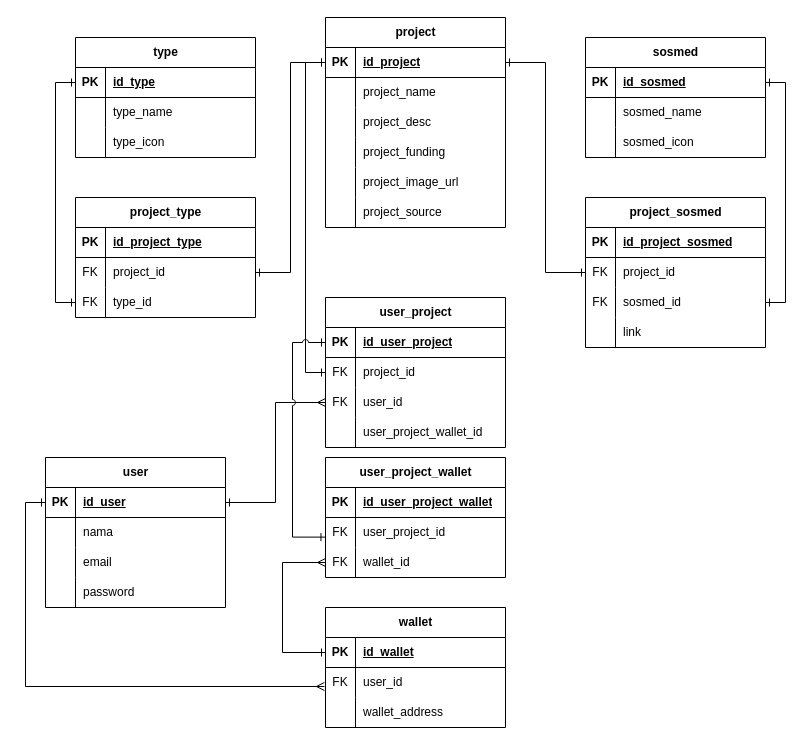
This is WINSNIP AIRDROP.drawio from zerodevid/database_draw_io, a draw.io file, before an edit. Source tidied: cells renumbered, new cells numbered last; positions are measured from the earlier drawing's top-left corner, leaving out a move shared by most shapes. Both pictures are drawn from the tidied source at 100%, with x=0, y=0 at pixel (25, 17).
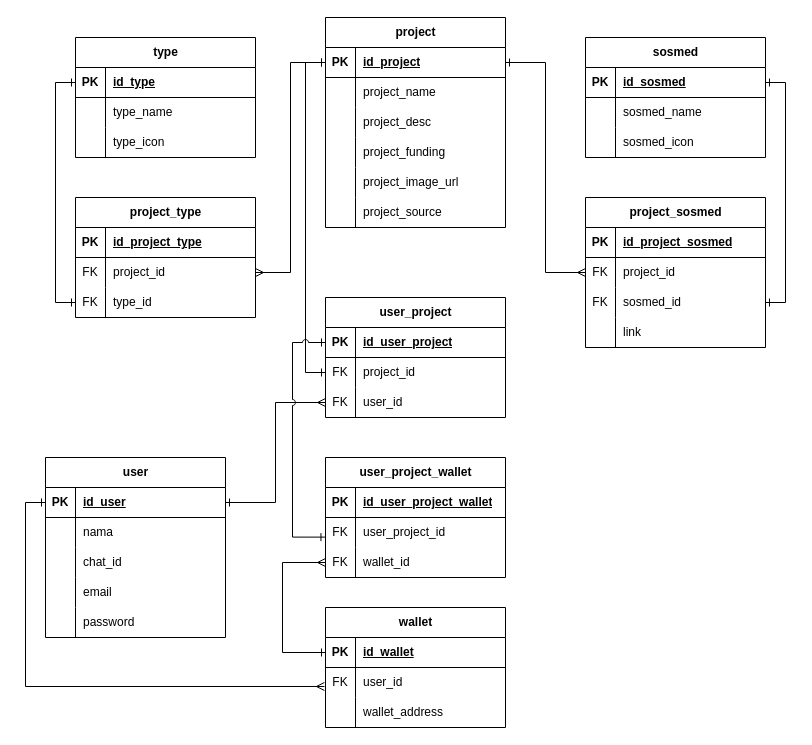
Above is the later version.

The change refers to these unchanged cells:
```xml
<mxCell id="50" style="shape=tableRow;horizontal=0;startSize=0;swimlaneHead=0;swimlaneBody=0;fillColor=none;points=[[0,0.5],[1,0.5]];portConstraint=eastwest;top=0;left=0;right=0;bottom=1;" parent="49" vertex="1">
  <mxGeometry y="30" width="180" height="30" as="geometry" />
</mxCell>
<mxCell id="82" style="shape=tableRow;horizontal=0;startSize=0;swimlaneHead=0;swimlaneBody=0;fillColor=none;points=[[0,0.5],[1,0.5]];portConstraint=eastwest;top=0;left=0;right=0;bottom=0;" parent="78" vertex="1">
  <mxGeometry y="60" width="180" height="30" as="geometry" />
</mxCell>
<mxCell id="95" style="shape=tableRow;horizontal=0;startSize=0;swimlaneHead=0;swimlaneBody=0;fillColor=none;points=[[0,0.5],[1,0.5]];portConstraint=eastwest;top=0;left=0;right=0;bottom=0;" parent="91" vertex="1">
  <mxGeometry y="60" width="180" height="30" as="geometry" />
</mxCell>
```

Diff of the diagram source:
```diff
@@
     <mxCell id="2" value="user" style="shape=table;startSize=30;childLayout=tableLayout;rowLines=0;fontStyle=1;align=center;html=1;" parent="1" vertex="1">
-      <mxGeometry x="20" y="440" width="180" height="150" as="geometry" />
+      <mxGeometry x="20" y="440" width="180" height="180" as="geometry" />
     </mxCell>
@@
+    <mxCell id="119" style="shape=tableRow;horizontal=0;startSize=0;swimlaneHead=0;swimlaneBody=0;fillColor=none;top=0;left=0;right=0;bottom=0;" parent="2" vertex="1">
+      <mxGeometry y="90" width="180" height="30" as="geometry" />
+    </mxCell>
+    <mxCell id="37" style="shape=partialRectangle;fillColor=none;top=0;left=0;bottom=0;right=0;overflow=hidden;whiteSpace=wrap;html=1;" parent="119" vertex="1">
+      <mxGeometry width="30" height="30" as="geometry" />
+    </mxCell>
+    <mxCell id="120" value="chat_id" style="shape=partialRectangle;fillColor=none;top=0;left=0;bottom=0;right=0;align=left;spacingLeft=6;overflow=hidden;whiteSpace=wrap;html=1;" parent="119" vertex="1">
+      <mxGeometry x="30" width="150" height="30" as="geometry" />
+    </mxCell>
     <mxCell id="9" style="shape=tableRow;horizontal=0;startSize=0;swimlaneHead=0;swimlaneBody=0;fillColor=none;top=0;left=0;right=0;bottom=0;" parent="2" vertex="1">
-      <mxGeometry y="90" width="180" height="30" as="geometry" />
+      <mxGeometry y="120" width="180" height="30" as="geometry" />
     </mxCell>
@@
     <mxCell id="12" style="shape=tableRow;horizontal=0;startSize=0;swimlaneHead=0;swimlaneBody=0;fillColor=none;top=0;left=0;right=0;bottom=0;" parent="2" vertex="1">
-      <mxGeometry y="120" width="180" height="30" as="geometry" />
+      <mxGeometry y="150" width="180" height="30" as="geometry" />
     </mxCell>
@@
     <mxCell id="26" value="user_project" style="shape=table;startSize=30;childLayout=tableLayout;rowLines=0;fontStyle=1;align=center;html=1;" parent="1" vertex="1">
-      <mxGeometry x="300" y="280" width="180" height="150" as="geometry" />
+      <mxGeometry x="300" y="280" width="180" height="120" as="geometry" />
     </mxCell>
@@
-    <mxCell id="36" style="shape=tableRow;horizontal=0;startSize=0;swimlaneHead=0;swimlaneBody=0;fillColor=none;top=0;left=0;right=0;bottom=0;" parent="26" vertex="1">
-      <mxGeometry y="120" width="180" height="30" as="geometry" />
-    </mxCell>
-    <mxCell id="37" style="shape=partialRectangle;fillColor=none;top=0;left=0;bottom=0;right=0;overflow=hidden;whiteSpace=wrap;html=1;" parent="36" vertex="1">
-      <mxGeometry width="30" height="30" as="geometry" />
-    </mxCell>
-    <mxCell id="38" value="&lt;span style=&quot;text-align: center; text-wrap-mode: nowrap;&quot;&gt;user_project_wallet_id&lt;/span&gt;" style="shape=partialRectangle;fillColor=none;top=0;left=0;bottom=0;right=0;align=left;spacingLeft=6;overflow=hidden;whiteSpace=wrap;html=1;" parent="36" vertex="1">
-      <mxGeometry x="30" width="150" height="30" as="geometry" />
-    </mxCell>
@@
-    <mxCell id="102" style="edgeStyle=orthogonalEdgeStyle;rounded=0;jettySize=auto;html=1;entryX=1;entryY=0.5;entryDx=0;entryDy=0;endArrow=ERone;endFill=0;startArrow=ERone;startFill=0;" parent="1" edge="1" source="50" target="95">
+    <mxCell id="102" style="edgeStyle=orthogonalEdgeStyle;rounded=0;jettySize=auto;html=1;entryX=1;entryY=0.5;entryDx=0;entryDy=0;endArrow=ERmany;endFill=0;startArrow=ERone;startFill=0;" parent="1" edge="1" source="50" target="95">
       <mxGeometry relative="1" as="geometry" />
     </mxCell>
@@
-    <mxCell id="104" style="edgeStyle=orthogonalEdgeStyle;rounded=0;jettySize=auto;html=1;entryX=0;entryY=0.5;entryDx=0;entryDy=0;endArrow=ERone;endFill=0;startArrow=ERone;startFill=0;" parent="1" edge="1" source="50" target="82">
+    <mxCell id="104" style="edgeStyle=orthogonalEdgeStyle;rounded=0;jettySize=auto;html=1;entryX=0;entryY=0.5;entryDx=0;entryDy=0;endArrow=ERmany;endFill=0;startArrow=ERone;startFill=0;" parent="1" edge="1" source="50" target="82">
       <mxGeometry relative="1" as="geometry" />
     </mxCell>
```
